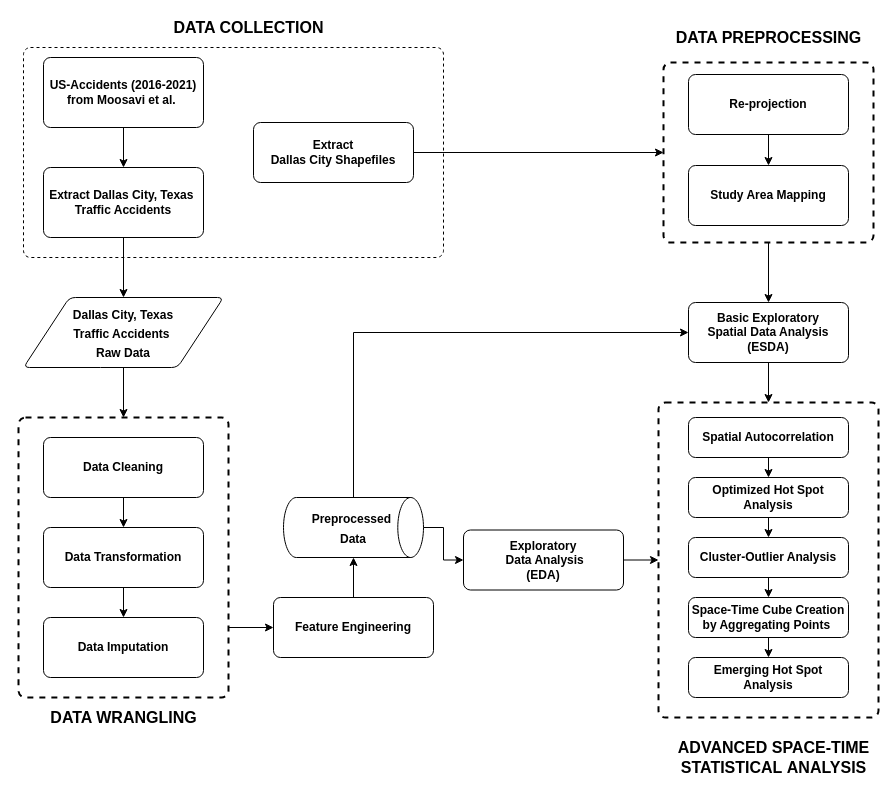
rosalierazonable/trafficAccidentAnalysis keeps this draw.io diagram as reports/Methodology.drawio. Above is the earlier version. Source tidied: cells renumbered, new cells numbered last; positions are measured from the earlier drawing's top-left corner, leaving out a move shared by most shapes. Both pictures are drawn from the tidied source at 100%, with x=0, y=0 at pixel (18, 17).
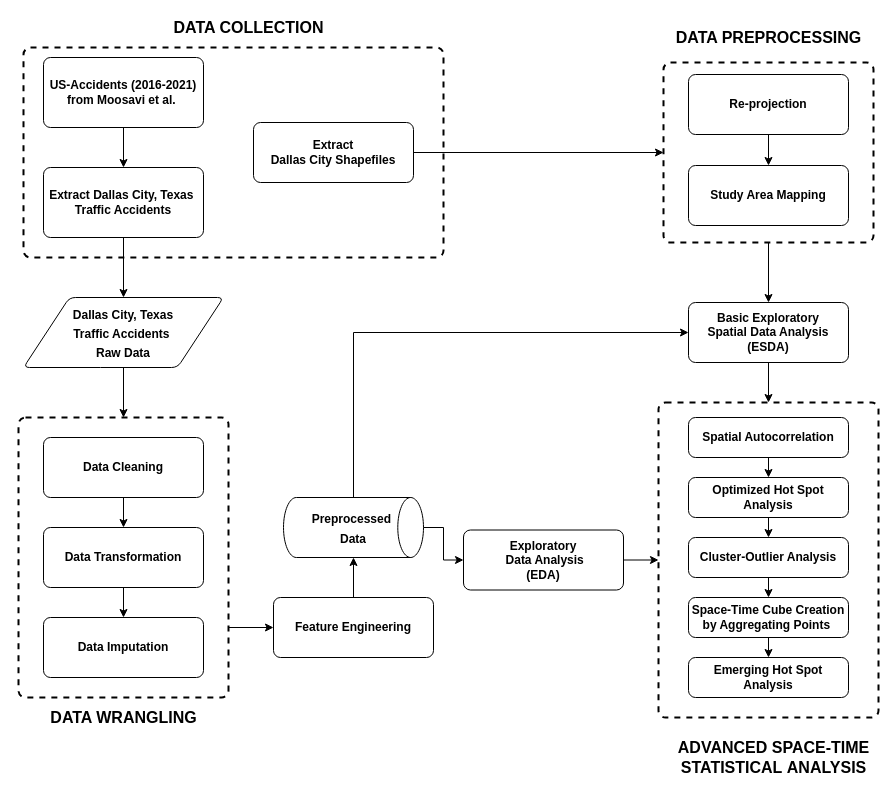
After the change.

What changed in the source:
```diff
@@
-    <mxCell id="6" style="rounded=1;whiteSpace=wrap;html=1;absoluteArcSize=1;arcSize=14;strokeWidth=1;fillColor=none;dashed=1;" parent="1" vertex="1">
+    <mxCell id="6" style="rounded=1;whiteSpace=wrap;html=1;absoluteArcSize=1;arcSize=14;strokeWidth=2;fillColor=none;dashed=1;" parent="1" vertex="1">
       <mxGeometry x="5" y="30" width="420" height="210" as="geometry" />
     </mxCell>
```
